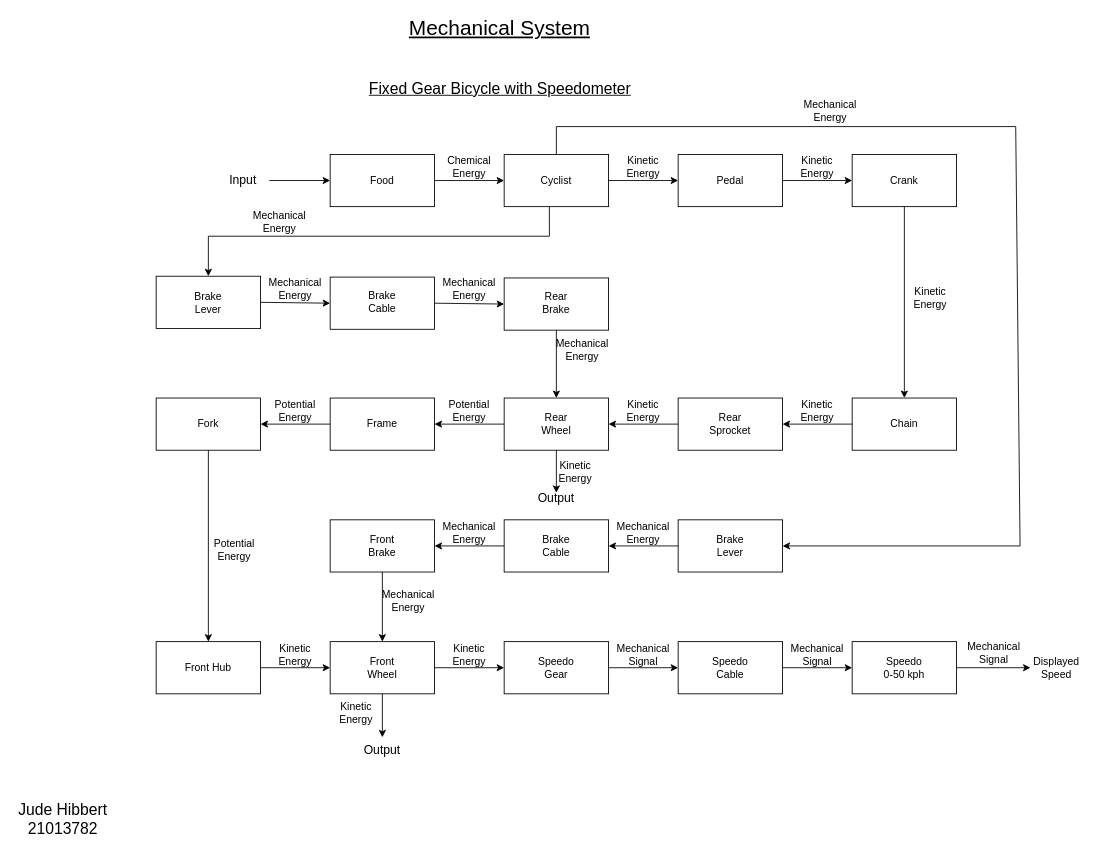
Before: Mechanical Block Diagram.drawio in 21013782/21, a draw.io diagram. Source tidied: cells renumbered, new cells numbered last; positions are measured from the earlier drawing's top-left corner, leaving out a move shared by most shapes. Both pictures are drawn from the tidied source at 87%, with x=0, y=0 at pixel (15, 15).
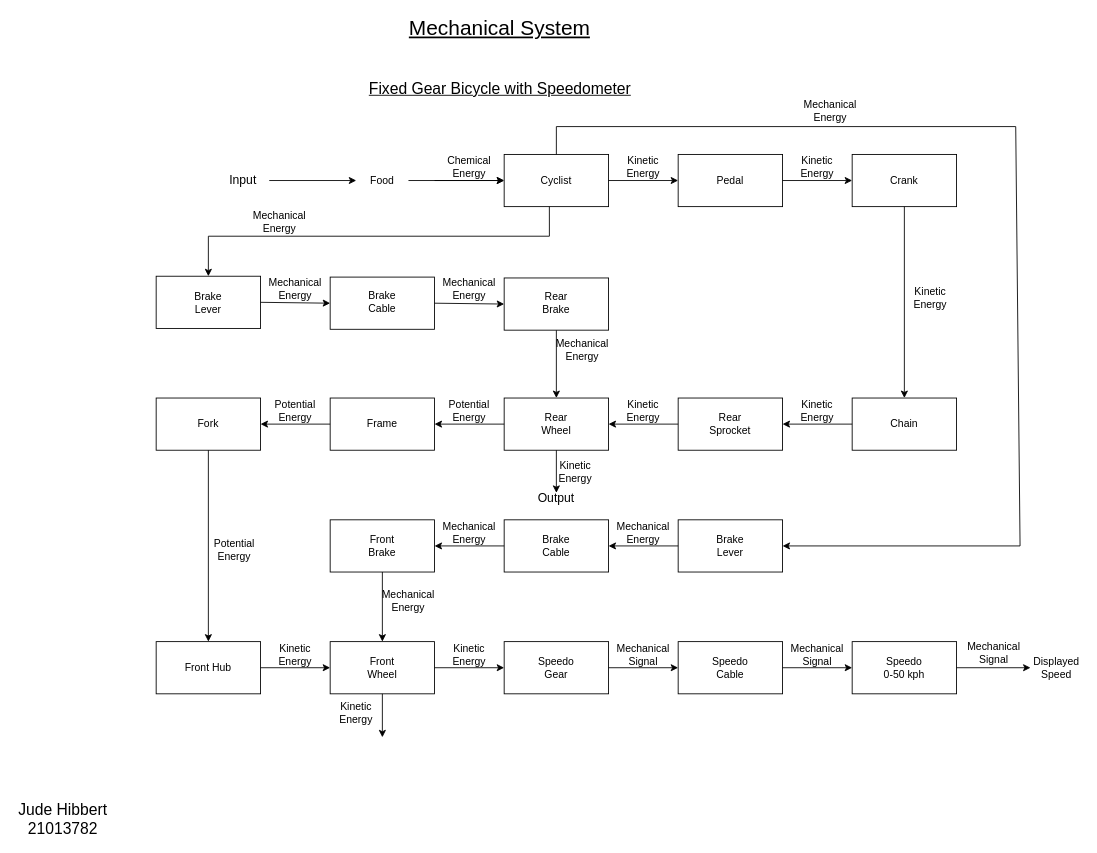
Above is the later version.

The change refers to these unchanged cells:
```xml
<mxCell id="2" value="&lt;font style=&quot;font-size: 14px;&quot;&gt;Input&lt;/font&gt;" style="text;html=1;align=center;verticalAlign=middle;whiteSpace=wrap;rounded=0;" parent="1" vertex="1">
  <mxGeometry x="232" y="175" width="60" height="30" as="geometry" />
</mxCell>
<mxCell id="5" value="Food" style="text;html=1;align=center;verticalAlign=middle;whiteSpace=wrap;rounded=0;" parent="1" vertex="1">
  <mxGeometry x="392" y="175" width="60" height="30" as="geometry" />
</mxCell>
<mxCell id="8" style="rounded=0;whiteSpace=wrap;html=1;" parent="1" vertex="1">
  <mxGeometry x="562" y="160" width="120" height="60" as="geometry" />
</mxCell>
```

What changed in the source:
```diff
@@
-    <mxCell id="3" style="rounded=0;whiteSpace=wrap;html=1;" parent="1" vertex="1">
-      <mxGeometry x="362" y="160" width="120" height="60" as="geometry" />
-    </mxCell>
-    <mxCell id="4" style="endArrow=classic;html=1;rounded=0;exitX=1;exitY=0.5;exitDx=0;exitDy=0;entryX=0;entryY=0.5;entryDx=0;entryDy=0;" parent="1" edge="1" source="2" target="3">
+    <mxCell id="4" style="endArrow=classic;html=1;rounded=0;exitX=1;exitY=0.5;exitDx=0;exitDy=0;entryX=0;entryY=0.5;entryDx=0;entryDy=0;" parent="1" edge="1" source="2" target="5">
       <mxGeometry relative="1" as="geometry" />
     </mxCell>
+    <mxCell id="98" style="edgeStyle=orthogonalEdgeStyle;rounded=0;jettySize=auto;html=1;" parent="1" edge="1" source="5" target="8">
+      <mxGeometry relative="1" as="geometry" />
+    </mxCell>
@@
-    <mxCell id="6" style="endArrow=classic;html=1;rounded=0;exitX=1;exitY=0.5;exitDx=0;exitDy=0;entryX=0;entryY=0.5;entryDx=0;entryDy=0;" parent="1" edge="1" source="3" target="8">
-      <mxGeometry relative="1" as="geometry" />
+    <mxCell id="6" style="endArrow=classic;html=1;rounded=0;exitX=1;exitY=0.5;exitDx=0;exitDy=0;entryX=0;entryY=0.5;entryDx=0;entryDy=0;" parent="1" edge="1" target="8">
+      <mxGeometry relative="1" as="geometry">
+        <mxPoint x="482" y="190" as="sourcePoint" />
+      </mxGeometry>
     </mxCell>
@@
-    <mxCell id="59" value="&lt;font style=&quot;font-size: 14px;&quot;&gt;Output&lt;/font&gt;" style="text;html=1;align=center;verticalAlign=middle;whiteSpace=wrap;rounded=0;" parent="1" vertex="1">
-      <mxGeometry x="392" y="830" width="60" height="30" as="geometry" />
-    </mxCell>
```
